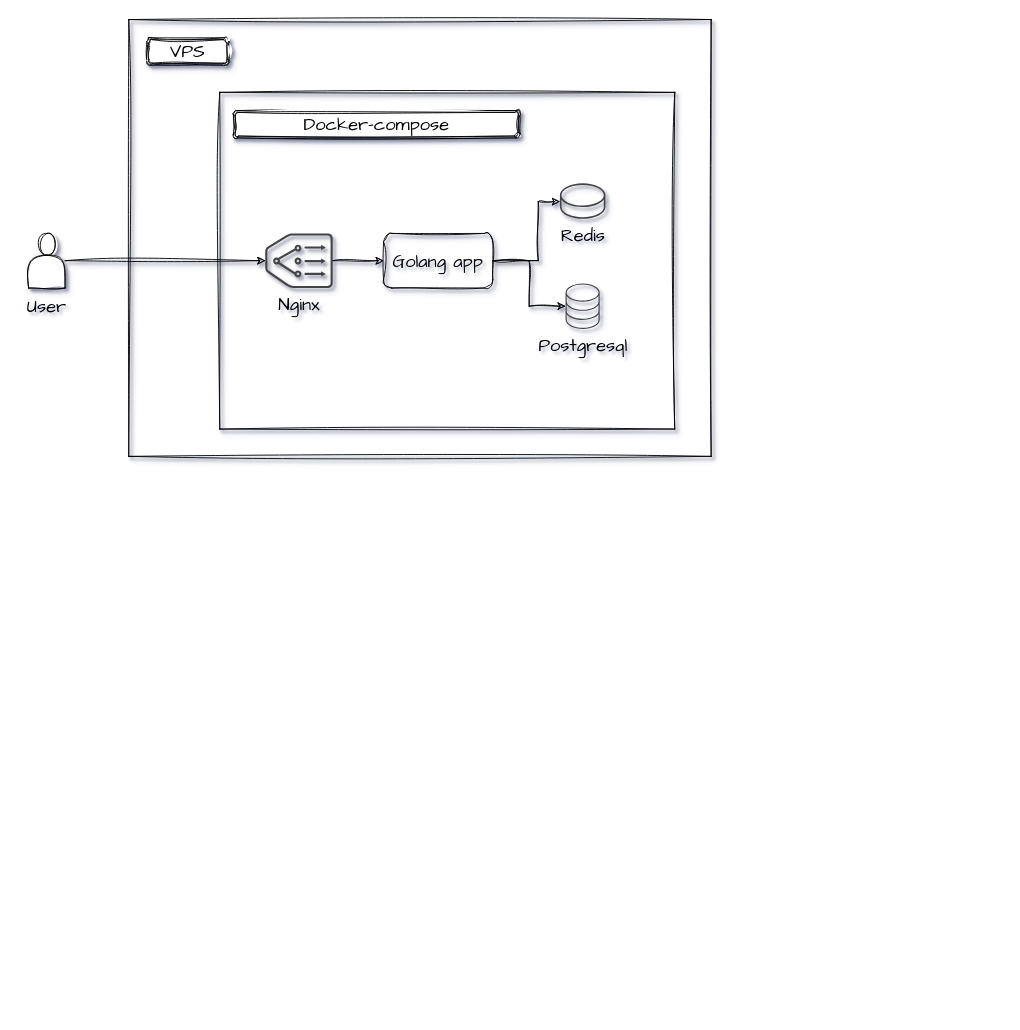
The draw.io diagram docs/diagrams/app-web-tianyi.drawio in siyuy9/app-web-tianyi, before the edit. Source tidied: cells renumbered, new cells numbered last; positions are measured from the earlier drawing's top-left corner, leaving out a move shared by most shapes. Both pictures are drawn from the tidied source at 91%, with x=0, y=0 at pixel (19, 19).
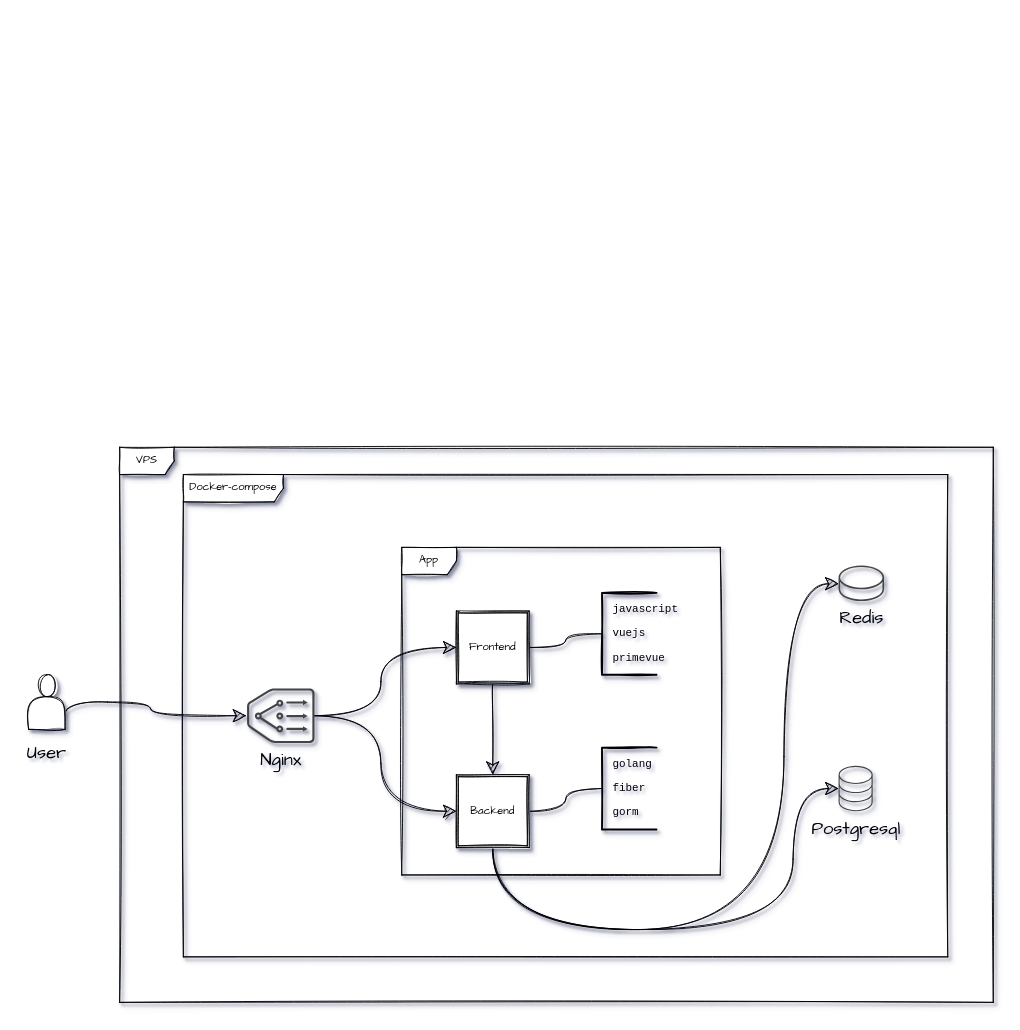
Above is the later version.

What changed in the source:
```diff
@@
-    <mxCell id="2" style="swimlane;startSize=0;sketch=1;hachureGap=4;jiggle=2;fontFamily=Architects Daughter;fontSize=20;shadow=1;" parent="1" vertex="1">
-      <mxGeometry x="120" width="640" height="480" as="geometry" />
-    </mxCell>
-    <mxCell id="3" value="&lt;div&gt;VPS&lt;/div&gt;" style="shape=ext;double=1;rounded=1;whiteSpace=wrap;html=1;sketch=1;hachureGap=4;jiggle=2;fontFamily=Architects Daughter;fontSize=20;fillColor=default;shadow=1;" parent="2" vertex="1">
-      <mxGeometry x="20" y="20" width="90" height="30" as="geometry" />
+    <mxCell id="3" value="VPS" style="shape=umlFrame;whiteSpace=wrap;html=1;shadow=1;glass=0;sketch=1;fontFamily=Architects Daughter;" parent="1" vertex="1">
+      <mxGeometry x="110" y="470" width="960" height="610" as="geometry" />
     </mxCell>
-    <mxCell id="4" style="swimlane;startSize=0;sketch=1;hachureGap=4;jiggle=2;fontFamily=Architects Daughter;fontSize=20;fillColor=default;shadow=1;" parent="2" vertex="1">
-      <mxGeometry x="100" y="80" width="500" height="370" as="geometry" />
-    </mxCell>
+    <mxCell id="16" style="edgeStyle=orthogonalEdgeStyle;orthogonalLoop=1;jettySize=auto;html=1;fontFamily=Architects Daughter;endArrow=classic;endFill=1;curved=1;endSize=12;startSize=12;sketch=1;shadow=1;spacingLeft=0;exitX=1;exitY=0.75;exitDx=0;exitDy=0;spacingBottom=0;" parent="1" edge="1">
+      <mxGeometry relative="1" as="geometry">
+        <mxPoint x="49" y="765" as="sourcePoint" />
+        <mxPoint x="249" y="765" as="targetPoint" />
+        <Array as="points">
+          <mxPoint x="49" y="750" />
+          <mxPoint x="144" y="750" />
+          <mxPoint x="144" y="765" />
+        </Array>
+      </mxGeometry>
+    </mxCell>
+    <mxCell id="14" style="shape=actor;whiteSpace=wrap;html=1;sketch=1;hachureGap=4;jiggle=2;fontFamily=Architects Daughter;fontSize=20;fillColor=default;shadow=1;rounded=1;" parent="1" vertex="1">
+      <mxGeometry x="10" y="720" width="40" height="60" as="geometry" />
+    </mxCell>
+    <mxCell id="15" value="User" style="text;html=1;strokeColor=none;fillColor=none;align=center;verticalAlign=middle;whiteSpace=wrap;rounded=1;shadow=1;glass=1;sketch=0;hachureGap=4;jiggle=2;fontFamily=Architects Daughter;fontSize=20;" parent="1" vertex="1">
+      <mxGeometry y="790" width="60" height="30" as="geometry" />
+    </mxCell>
-    <mxCell id="5" value="&lt;div&gt;Docker-compose&lt;/div&gt;" style="shape=ext;double=1;rounded=1;whiteSpace=wrap;html=1;sketch=1;hachureGap=4;jiggle=2;fontFamily=Architects Daughter;fontSize=20;fillColor=default;shadow=1;" parent="4" vertex="1">
-      <mxGeometry x="15" y="20" width="315" height="30" as="geometry" />
+    <mxCell id="5" value="Docker-compose" style="shape=umlFrame;whiteSpace=wrap;html=1;shadow=1;glass=0;sketch=1;width=110;height=30;fontFamily=Architects Daughter;" parent="1" vertex="1">
+      <mxGeometry x="180" y="500" width="840" height="530" as="geometry" />
     </mxCell>
-    <mxCell id="6" style="edgeStyle=orthogonalEdgeStyle;rounded=0;sketch=1;hachureGap=4;jiggle=2;jettySize=auto;html=1;fontFamily=Architects Daughter;fontSize=16;shadow=1;" parent="4" edge="1" source="8" target="12">
-      <mxGeometry relative="1" as="geometry">
-        <Array as="points">
-          <mxPoint x="350" y="185" />
-          <mxPoint x="350" y="120" />
-        </Array>
-      </mxGeometry>
-    </mxCell>
-    <mxCell id="7" style="edgeStyle=orthogonalEdgeStyle;rounded=0;sketch=1;hachureGap=4;jiggle=2;jettySize=auto;html=1;fontFamily=Architects Daughter;fontSize=16;shadow=1;" parent="4" edge="1" source="8" target="11">
-      <mxGeometry relative="1" as="geometry" />
-    </mxCell>
-    <mxCell id="8" value="Golang app" style="rounded=1;whiteSpace=wrap;html=1;shadow=1;sketch=1;hachureGap=4;jiggle=2;fontFamily=Architects Daughter;fontSize=20;fillColor=none;glass=1;" parent="4" vertex="1">
-      <mxGeometry x="180" y="155" width="120" height="60" as="geometry" />
-    </mxCell>
-    <mxCell id="9" style="edgeStyle=orthogonalEdgeStyle;rounded=0;sketch=1;hachureGap=4;jiggle=2;jettySize=auto;html=1;entryX=0;entryY=0.5;entryDx=0;entryDy=0;fontFamily=Architects Daughter;fontSize=16;shadow=1;" parent="4" edge="1" source="10" target="8">
-      <mxGeometry relative="1" as="geometry" />
-    </mxCell>
+    <mxCell id="17" value="App" style="shape=umlFrame;whiteSpace=wrap;html=1;shadow=1;glass=0;sketch=1;fontFamily=Architects Daughter;" parent="1" vertex="1">
+      <mxGeometry x="420" y="580" width="350" height="360" as="geometry" />
+    </mxCell>
+    <mxCell id="18" style="edgeStyle=orthogonalEdgeStyle;curved=1;sketch=1;jettySize=auto;html=1;entryX=0;entryY=0.5;entryDx=0;entryDy=0;shadow=1;fontFamily=Architects Daughter;endArrow=classic;endFill=1;startSize=12;endSize=12;" parent="1" edge="1" source="10" target="22">
+      <mxGeometry relative="1" as="geometry" />
+    </mxCell>
+    <mxCell id="19" style="edgeStyle=orthogonalEdgeStyle;curved=1;sketch=1;jettySize=auto;html=1;entryX=0;entryY=0.5;entryDx=0;entryDy=0;shadow=1;fontFamily=Architects Daughter;endArrow=classic;endFill=1;startSize=12;endSize=12;" parent="1" edge="1" source="10" target="26">
+      <mxGeometry relative="1" as="geometry" />
+    </mxCell>
-    <mxCell id="10" value="&lt;div&gt;Nginx&lt;/div&gt;" style="sketch=0;shadow=1;dashed=0;html=1;strokeColor=none;fillColor=#434445;labelPosition=center;verticalLabelPosition=bottom;verticalAlign=top;align=center;outlineConnect=0;shape=mxgraph.vvd.nsx_edge_and_load_balancer;rounded=1;glass=1;hachureGap=4;jiggle=2;fontFamily=Architects Daughter;fontSize=20;" parent="4" vertex="1">
-      <mxGeometry x="50" y="155" width="74.1" height="60" as="geometry" />
+    <mxCell id="10" value="&lt;div&gt;Nginx&lt;/div&gt;" style="sketch=0;shadow=1;dashed=0;html=1;strokeColor=none;fillColor=#434445;labelPosition=center;verticalLabelPosition=bottom;verticalAlign=top;align=center;outlineConnect=0;shape=mxgraph.vvd.nsx_edge_and_load_balancer;rounded=1;glass=1;hachureGap=4;jiggle=2;fontFamily=Architects Daughter;fontSize=20;" parent="1" vertex="1">
+      <mxGeometry x="250" y="735" width="74.1" height="60" as="geometry" />
     </mxCell>
+    <mxCell id="20" style="edgeStyle=orthogonalEdgeStyle;curved=1;sketch=1;jettySize=auto;html=1;entryX=0.5;entryY=0;entryDx=0;entryDy=0;shadow=1;fontFamily=Architects Daughter;endArrow=classic;endFill=1;startSize=12;endSize=12;" parent="1" edge="1" source="22" target="26">
+      <mxGeometry relative="1" as="geometry" />
+    </mxCell>
+    <mxCell id="21" style="edgeStyle=orthogonalEdgeStyle;curved=1;sketch=1;jettySize=auto;html=1;shadow=1;fontFamily=Architects Daughter;endArrow=none;endFill=0;startSize=12;endSize=12;" parent="1" edge="1" source="22" target="27">
+      <mxGeometry relative="1" as="geometry" />
+    </mxCell>
+    <mxCell id="22" value="Frontend" style="shape=ext;double=1;whiteSpace=wrap;html=1;shadow=1;glass=0;sketch=1;fontFamily=Architects Daughter;" parent="1" vertex="1">
+      <mxGeometry x="480" y="650" width="80" height="80" as="geometry" />
+    </mxCell>
+    <mxCell id="23" style="edgeStyle=orthogonalEdgeStyle;curved=1;sketch=1;jettySize=auto;html=1;shadow=1;fontFamily=Architects Daughter;endArrow=none;endFill=0;startSize=12;endSize=12;" parent="1" edge="1" source="26" target="28">
+      <mxGeometry relative="1" as="geometry" />
+    </mxCell>
+    <mxCell id="24" style="edgeStyle=orthogonalEdgeStyle;curved=1;rounded=0;sketch=1;jettySize=auto;html=1;shadow=1;fontFamily=Architects Daughter;endArrow=classic;endFill=1;startSize=12;endSize=12;elbow=vertical;" parent="1" edge="1" source="26" target="11">
+      <mxGeometry relative="1" as="geometry">
+        <Array as="points">
+          <mxPoint x="520" y="1000" />
+          <mxPoint x="850" y="1000" />
+          <mxPoint x="850" y="845" />
+        </Array>
+      </mxGeometry>
+    </mxCell>
+    <mxCell id="25" style="edgeStyle=orthogonalEdgeStyle;curved=1;rounded=0;sketch=1;jettySize=auto;html=1;shadow=1;fontFamily=Architects Daughter;endArrow=classic;endFill=1;startSize=12;endSize=12;elbow=vertical;" parent="1" edge="1" source="26" target="12">
+      <mxGeometry relative="1" as="geometry">
+        <Array as="points">
+          <mxPoint x="520" y="1000" />
+          <mxPoint x="840" y="1000" />
+          <mxPoint x="840" y="620" />
+        </Array>
+      </mxGeometry>
+    </mxCell>
+    <mxCell id="26" value="Backend" style="shape=ext;double=1;whiteSpace=wrap;html=1;shadow=1;glass=0;sketch=1;fontFamily=Architects Daughter;" parent="1" vertex="1">
+      <mxGeometry x="480" y="830" width="80" height="80" as="geometry" />
+    </mxCell>
-    <mxCell id="11" value="Postgresql" style="sketch=0;shadow=1;dashed=0;html=1;strokeColor=none;fillColor=#434445;labelPosition=center;verticalLabelPosition=bottom;verticalAlign=top;align=center;outlineConnect=0;shape=mxgraph.vvd.storage;rounded=1;glass=1;hachureGap=4;jiggle=2;fontFamily=Architects Daughter;fontSize=20;" parent="4" vertex="1">
-      <mxGeometry x="380" y="210" width="37.5" height="50" as="geometry" />
+    <mxCell id="11" value="Postgresql" style="sketch=0;shadow=1;dashed=0;html=1;strokeColor=none;fillColor=#434445;labelPosition=center;verticalLabelPosition=bottom;verticalAlign=top;align=center;outlineConnect=0;shape=mxgraph.vvd.storage;rounded=1;glass=1;hachureGap=4;jiggle=2;fontFamily=Architects Daughter;fontSize=20;" parent="1" vertex="1">
+      <mxGeometry x="900" y="820" width="37.5" height="50" as="geometry" />
     </mxCell>
-    <mxCell id="12" value="&lt;div&gt;Redis&lt;/div&gt;" style="sketch=0;shadow=1;dashed=0;html=1;strokeColor=none;fillColor=#434445;labelPosition=center;verticalLabelPosition=bottom;verticalAlign=top;align=center;outlineConnect=0;shape=mxgraph.vvd.datastore;rounded=1;glass=1;hachureGap=4;jiggle=2;fontFamily=Architects Daughter;fontSize=20;" parent="4" vertex="1">
-      <mxGeometry x="373.8" y="100" width="50" height="39" as="geometry" />
+    <mxCell id="12" value="&lt;div&gt;Redis&lt;/div&gt;" style="sketch=0;shadow=1;dashed=0;html=1;strokeColor=none;fillColor=#434445;labelPosition=center;verticalLabelPosition=bottom;verticalAlign=top;align=center;outlineConnect=0;shape=mxgraph.vvd.datastore;rounded=1;glass=1;hachureGap=4;jiggle=2;fontFamily=Architects Daughter;fontSize=20;" parent="1" vertex="1">
+      <mxGeometry x="900" y="600" width="50" height="39" as="geometry" />
     </mxCell>
-    <mxCell id="13" style="edgeStyle=orthogonalEdgeStyle;rounded=0;sketch=1;hachureGap=4;jiggle=2;jettySize=auto;html=1;fontFamily=Architects Daughter;fontSize=16;shadow=1;" parent="1" edge="1" source="14" target="10">
-      <mxGeometry relative="1" as="geometry" />
-    </mxCell>
-    <mxCell id="14" style="shape=actor;whiteSpace=wrap;html=1;sketch=1;hachureGap=4;jiggle=2;fontFamily=Architects Daughter;fontSize=20;fillColor=default;shadow=1;" parent="1" vertex="1">
-      <mxGeometry x="10" y="235" width="40" height="60" as="geometry" />
-    </mxCell>
-    <mxCell id="15" value="User" style="text;html=1;strokeColor=none;fillColor=none;align=center;verticalAlign=middle;whiteSpace=wrap;rounded=0;shadow=1;glass=1;sketch=0;hachureGap=4;jiggle=2;fontFamily=Architects Daughter;fontSize=20;" parent="1" vertex="1">
-      <mxGeometry y="300" width="60" height="30" as="geometry" />
-    </mxCell>
+    <mxCell id="27" value="&lt;p dir=&quot;auto&quot;&gt;&lt;code&gt;javascript&lt;br&gt;&lt;/code&gt;&lt;/p&gt;&lt;p dir=&quot;auto&quot;&gt;&lt;code&gt;vuejs&lt;/code&gt;&lt;/p&gt;&lt;p dir=&quot;auto&quot;&gt;&lt;code&gt;primevue&lt;br&gt;&lt;/code&gt;&lt;/p&gt;" style="strokeWidth=2;html=1;shape=mxgraph.flowchart.annotation_1;align=left;shadow=1;glass=0;sketch=1;fontFamily=Architects Daughter;spacingLeft=10;" parent="1" vertex="1">
+      <mxGeometry x="640" y="630" width="60" height="90" as="geometry" />
+    </mxCell>
+    <mxCell id="28" value="&lt;p dir=&quot;auto&quot;&gt;&lt;code&gt;golang&lt;br&gt;&lt;/code&gt;&lt;/p&gt;&lt;p dir=&quot;auto&quot;&gt;&lt;code&gt;fiber&lt;/code&gt;&lt;/p&gt;&lt;p dir=&quot;auto&quot;&gt;&lt;code&gt;gorm&lt;br&gt;&lt;/code&gt;&lt;/p&gt;" style="strokeWidth=2;html=1;shape=mxgraph.flowchart.annotation_1;align=left;shadow=1;glass=0;sketch=1;fontFamily=Architects Daughter;spacingLeft=10;" parent="1" vertex="1">
+      <mxGeometry x="640" y="800" width="60" height="90" as="geometry" />
+    </mxCell>
```
